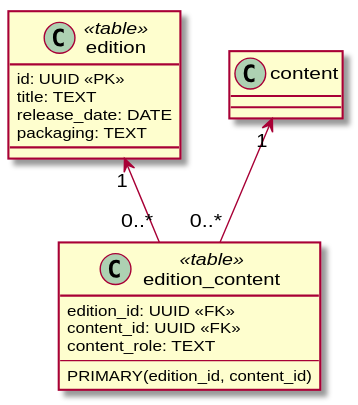
Earlier version of the PlantUML export docs/diagrams/data/edition.data.svg (yantue/colleq). Source of this version:
```plantuml
@startuml
skinparam classAttributeIconSize 0

class edition <<table>> {
    id: UUID <<PK>>
    title: TEXT
    release_date: DATE
    packaging: TEXT
}

class edition_content <<table>> {
    edition_id: UUID <<FK>>
    content_id: UUID <<FK>>
    content_role: TEXT
    --
    PRIMARY(edition_id, content_id)
}

edition "1" <-- "0..*" edition_content


content "1" <-- "0..*" edition_content

@enduml
```
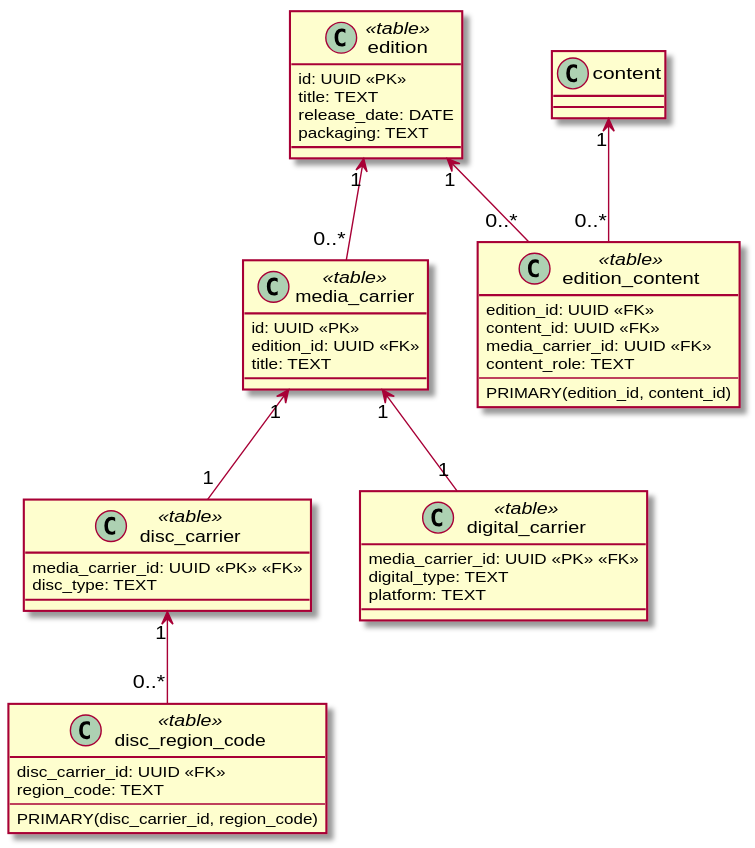
After the commit.

Diff of the diagram source:
```diff
@@ -8,9 +8,42 @@
     packaging: TEXT
 }
 
+class media_carrier <<table>> {
+    id: UUID <<PK>>
+    edition_id: UUID <<FK>>
+    title: TEXT
+}
+
+edition "1" <-- "0..*" media_carrier
+
+class disc_carrier <<table>> {
+    media_carrier_id: UUID <<PK>> <<FK>>
+    disc_type: TEXT
+}
+
+media_carrier "1" <-- "1" disc_carrier
+
+class disc_region_code <<table>> {
+    disc_carrier_id: UUID <<FK>>
+    region_code: TEXT
+    --
+    PRIMARY(disc_carrier_id, region_code)
+}
+
+disc_carrier "1" <-- "0..*" disc_region_code
+
+class digital_carrier <<table>> {
+    media_carrier_id: UUID <<PK>> <<FK>>
+    digital_type: TEXT
+    platform: TEXT
+}
+
+media_carrier "1" <-- "1" digital_carrier
+
 class edition_content <<table>> {
     edition_id: UUID <<FK>>
     content_id: UUID <<FK>>
+    media_carrier_id: UUID <<FK>>
     content_role: TEXT
     --
     PRIMARY(edition_id, content_id)
@@ -18,7 +51,6 @@
 
 edition "1" <-- "0..*" edition_content
 
-
 content "1" <-- "0..*" edition_content
 
 @enduml
```
